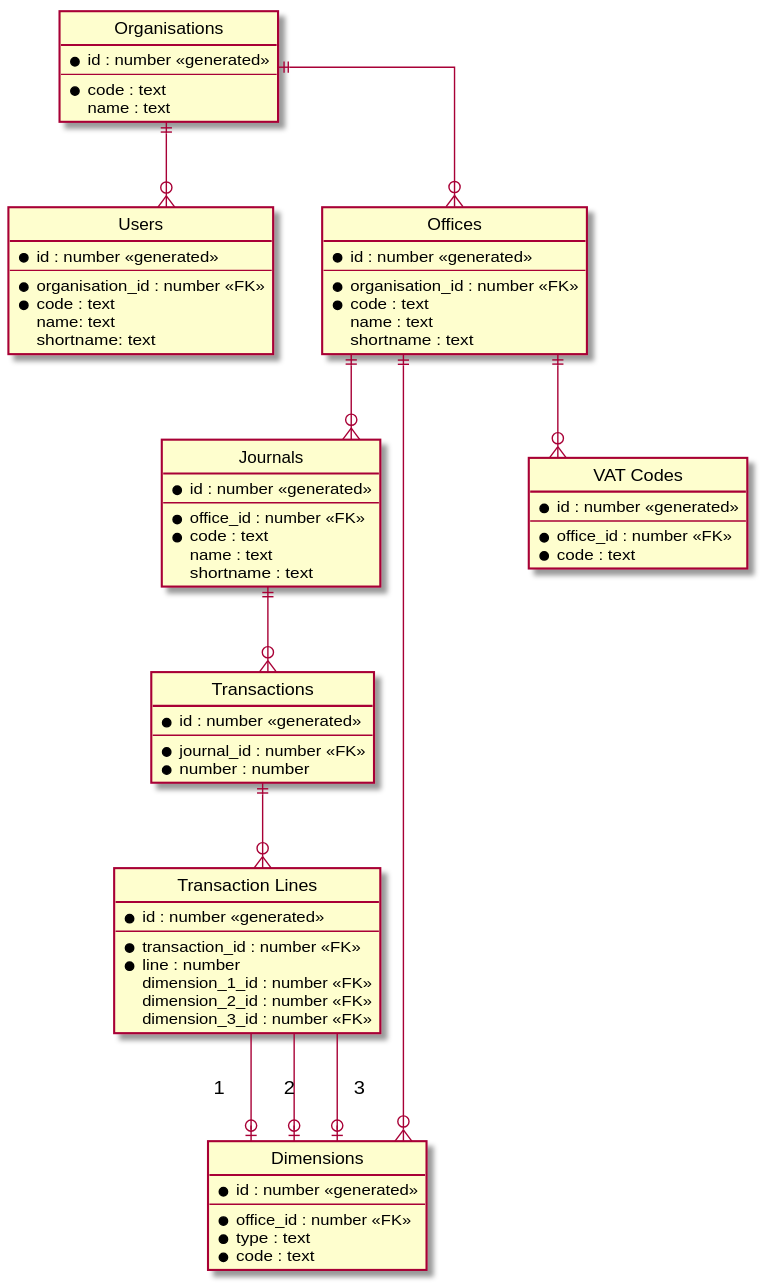
Above: documentation/diagram.svg in wp-twinfield/wp-twinfield (PlantUML), before the change. Source of this version:
```plantuml
@startuml

hide circle

skinparam linetype ortho

entity "Organisations" as organisation {
  *id : number <<generated>>
  --
  *code : text
  name : text
}

entity "Users" as user {
  *id : number <<generated>>
  --
  *organisation_id : number <<FK>>
  *code : text
  name: text
  shortname: text
}

entity "Offices" as office {
  *id : number <<generated>>
  --
  *organisation_id : number <<FK>>
  *code : text
  name : text
  shortname : text
}

entity "Journals" as journal {
  *id : number <<generated>>
  --
  *office_id : number <<FK>>
  *code : text
  name : text
  shortname : text
}

entity "Dimensions" as dimension {
  *id : number <<generated>>
  --
  *office_id : number <<FK>>
  *type : text
  *code : text
}

entity "Transactions" as transaction {
  *id : number <<generated>>
  --
  *journal_id : number <<FK>>
  *number : number
}

entity "Transaction Lines" as transaction_line {
  *id : number <<generated>>
  --
  *transaction_id : number <<FK>>
  *line : number
  dimension_1_id : number <<FK>>
  dimension_2_id : number <<FK>>
  dimension_3_id : number <<FK>>
}

entity "VAT Codes" as vat_code {
  *id : number <<generated>>
  --
  *office_id : number <<FK>>
  *code : text
}

organisation ||--o{ user
organisation ||--o{ office
office ||--o{ journal
office ||--o{ dimension
office ||--o{ vat_code
journal ||--o{ transaction
transaction ||--o{ transaction_line
transaction_line --o| dimension : "1"
transaction_line --o| dimension : "2"
transaction_line --o| dimension : "3"

@enduml
```
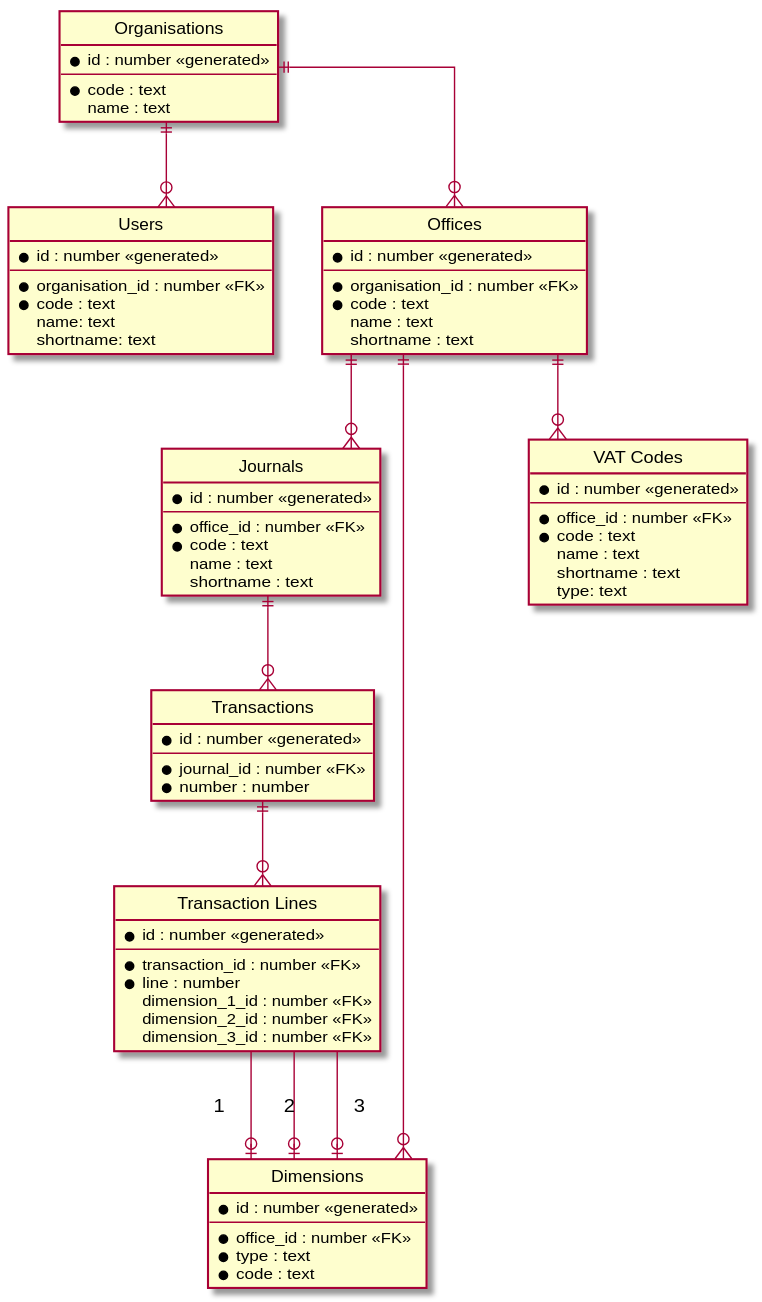
Above is the later version.

Commit message:
Added name, shortname and type to VAT code entity.

The edit, as a diff of the source:
```diff
@@ -68,6 +68,9 @@
   --
   *office_id : number <<FK>>
   *code : text
+  name : text
+  shortname : text
+  type: text
 }
 
 organisation ||--o{ user
```
